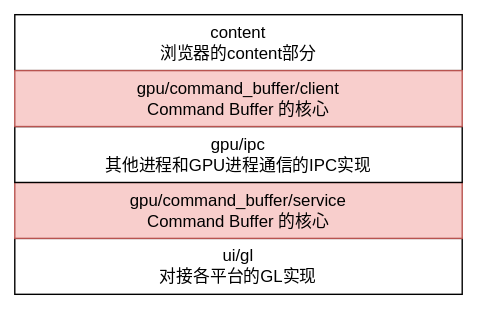
keyou/keyou.github.io keeps this draw.io diagram as data/command_buffer_components.svg. Above is the earlier version. Source tidied: cells renumbered, new cells last; positions are measured from the earlier drawing's top-left corner, leaving out a move shared by most shapes. The source it was exported from:
```xml
<mxGraphModel>
  <root>
    <mxCell id="0" />
    <mxCell id="1" parent="0" />
    <mxCell id="2" value="ui/gl&lt;br&gt;对接各平台的GL实现" style="rounded=0;whiteSpace=wrap;html=1;gradientColor=none;align=center;" parent="1" vertex="1">
      <mxGeometry y="160" width="320" height="40" as="geometry" />
    </mxCell>
    <mxCell id="3" value="gpu/command_buffer/service&lt;br&gt;Command Buffer 的核心" style="rounded=0;whiteSpace=wrap;html=1;align=center;fillColor=#f8cecc;strokeColor=#b85450;" parent="1" vertex="1">
      <mxGeometry y="120" width="320" height="40" as="geometry" />
    </mxCell>
    <mxCell id="4" value="gpu/ipc&lt;br&gt;其他进程和GPU进程通信的IPC实现" style="rounded=0;whiteSpace=wrap;html=1;gradientColor=none;align=center;" parent="1" vertex="1">
      <mxGeometry y="80" width="320" height="40" as="geometry" />
    </mxCell>
    <mxCell id="5" value="content&lt;br&gt;浏览器的content部分" style="rounded=0;whiteSpace=wrap;html=1;gradientColor=none;align=center;" parent="1" vertex="1">
      <mxGeometry width="320" height="40" as="geometry" />
    </mxCell>
    <mxCell id="6" value="gpu/command_buffer/client&lt;br&gt;Command Buffer 的核心" style="rounded=0;whiteSpace=wrap;html=1;align=center;fillColor=#f8cecc;strokeColor=#b85450;" parent="1" vertex="1">
      <mxGeometry y="40" width="320" height="40" as="geometry" />
    </mxCell>
  </root>
</mxGraphModel>
```
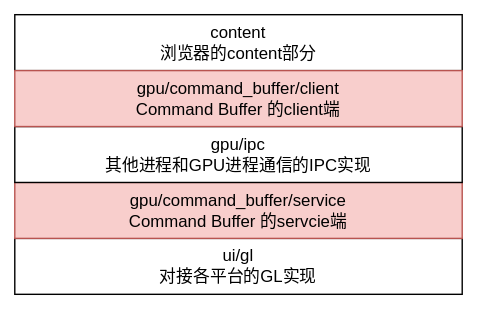
The same diagram one commit later.

Commit message:
update: command buffer

Change to the diagram source:
```diff
@@ -5,7 +5,7 @@
     <mxCell id="2" value="ui/gl&lt;br&gt;对接各平台的GL实现" style="rounded=0;whiteSpace=wrap;html=1;gradientColor=none;align=center;" parent="1" vertex="1">
       <mxGeometry y="160" width="320" height="40" as="geometry" />
     </mxCell>
-    <mxCell id="3" value="gpu/command_buffer/service&lt;br&gt;Command Buffer 的核心" style="rounded=0;whiteSpace=wrap;html=1;align=center;fillColor=#f8cecc;strokeColor=#b85450;" parent="1" vertex="1">
+    <mxCell id="3" value="gpu/command_buffer/service&lt;br&gt;Command Buffer 的servcie端" style="rounded=0;whiteSpace=wrap;html=1;align=center;fillColor=#f8cecc;strokeColor=#b85450;" parent="1" vertex="1">
       <mxGeometry y="120" width="320" height="40" as="geometry" />
     </mxCell>
     <mxCell id="4" value="gpu/ipc&lt;br&gt;其他进程和GPU进程通信的IPC实现" style="rounded=0;whiteSpace=wrap;html=1;gradientColor=none;align=center;" parent="1" vertex="1">
@@ -14,7 +14,7 @@
     <mxCell id="5" value="content&lt;br&gt;浏览器的content部分" style="rounded=0;whiteSpace=wrap;html=1;gradientColor=none;align=center;" parent="1" vertex="1">
       <mxGeometry width="320" height="40" as="geometry" />
     </mxCell>
-    <mxCell id="6" value="gpu/command_buffer/client&lt;br&gt;Command Buffer 的核心" style="rounded=0;whiteSpace=wrap;html=1;align=center;fillColor=#f8cecc;strokeColor=#b85450;" parent="1" vertex="1">
+    <mxCell id="6" value="gpu/command_buffer/client&lt;br&gt;Command Buffer 的client端" style="rounded=0;whiteSpace=wrap;html=1;align=center;fillColor=#f8cecc;strokeColor=#b85450;" parent="1" vertex="1">
       <mxGeometry y="40" width="320" height="40" as="geometry" />
     </mxCell>
   </root>
```
